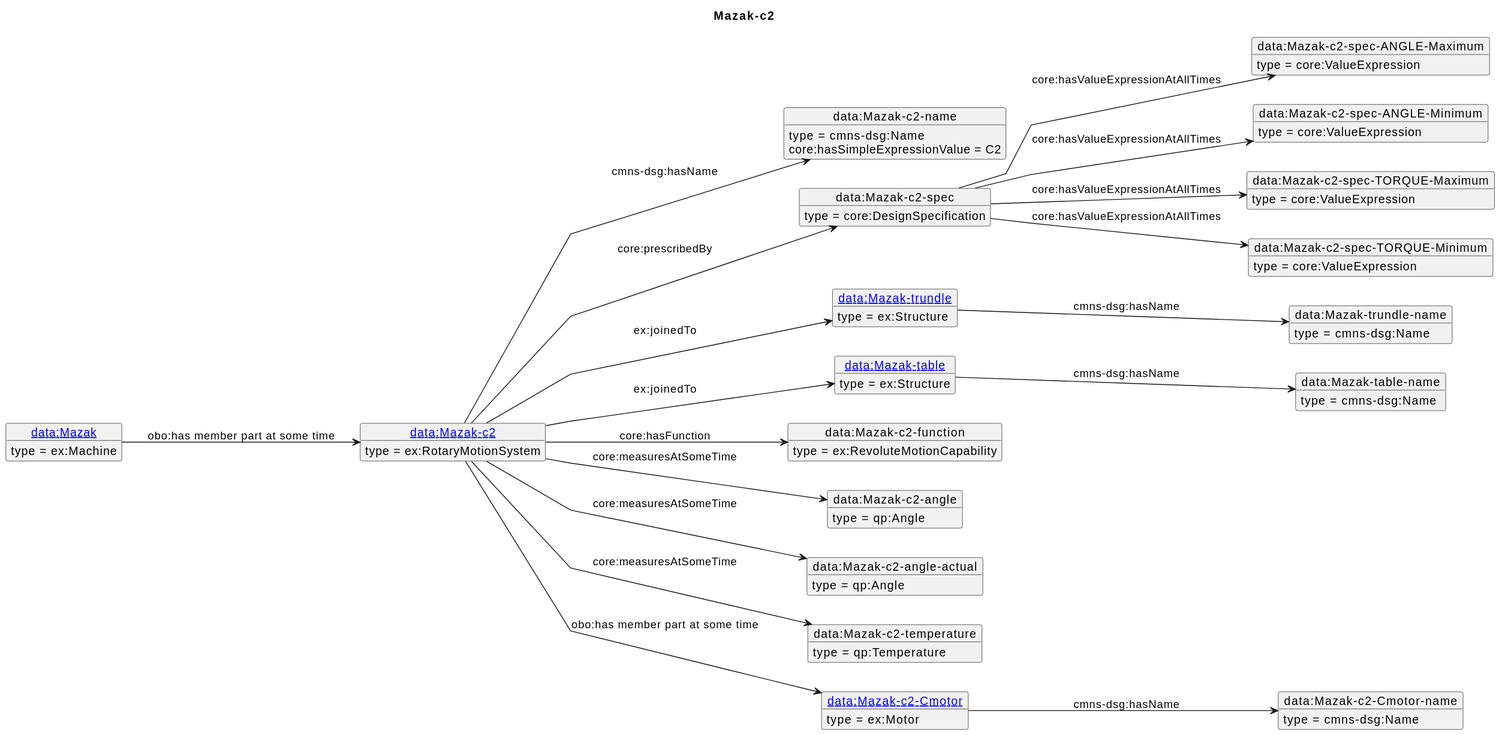
iofoundry/example-syseng-mtconnect keeps this PlantUML diagram as diagrams/Mazak-c2.svg. Above is the earlier version.
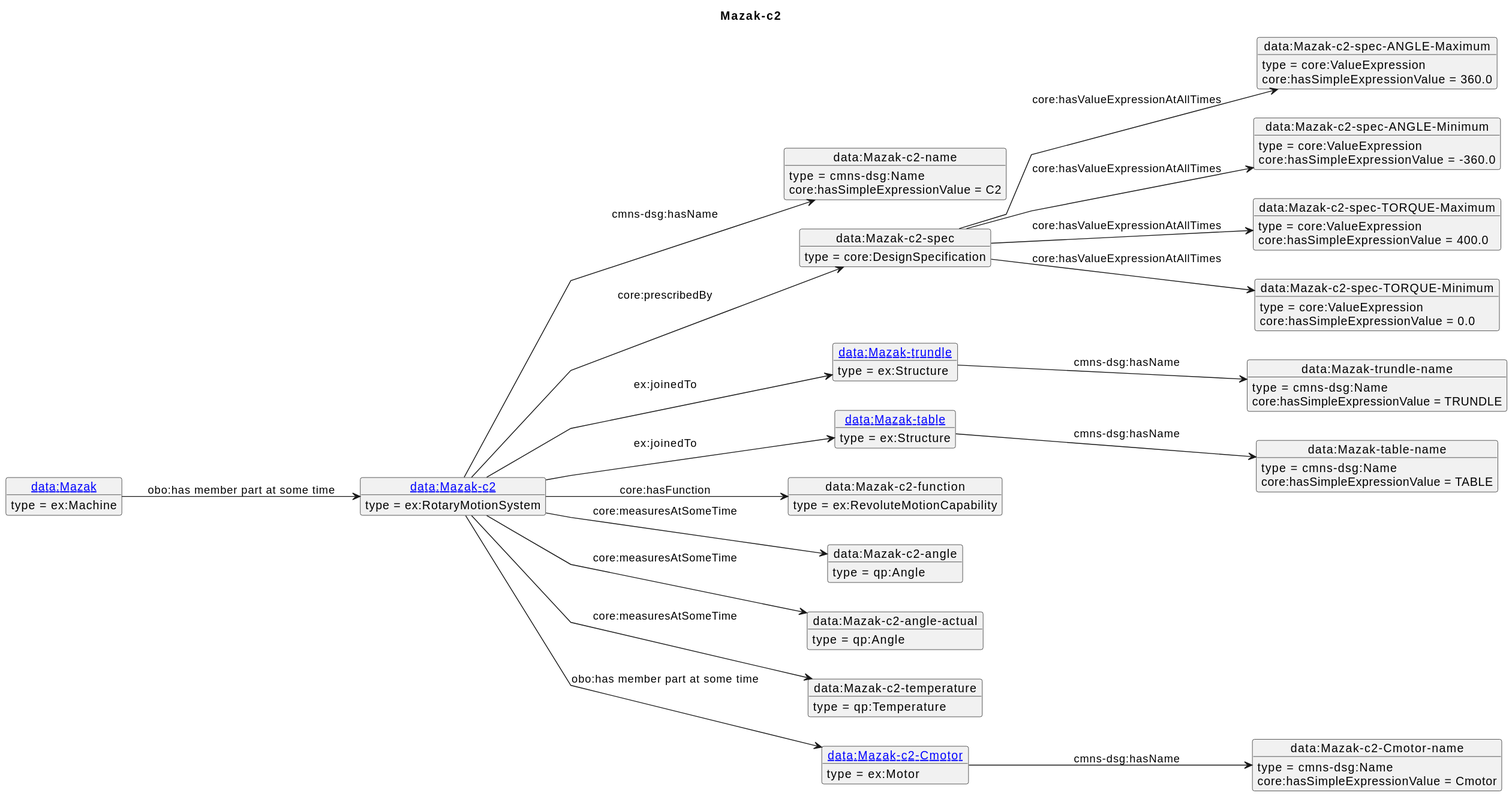
The same file after the commit.

What changed in the source:
```diff
@@ -60,18 +60,25 @@
 o2 : core:hasSimpleExpressionValue = C2
 o1 --> o3 : core:prescribedBy
 o3 --> o4 : core:hasValueExpressionAtAllTimes
+o4 : core:hasSimpleExpressionValue = 360.0
 o3 --> o5 : core:hasValueExpressionAtAllTimes
+o5 : core:hasSimpleExpressionValue = -360.0
 o3 --> o6 : core:hasValueExpressionAtAllTimes
+o6 : core:hasSimpleExpressionValue = 400.0
 o3 --> o7 : core:hasValueExpressionAtAllTimes
+o7 : core:hasSimpleExpressionValue = 0.0
 o1 --> o8 : ex:joinedTo
 o8 --> o9 : cmns-dsg:hasName
+o9 : core:hasSimpleExpressionValue = TRUNDLE
 o1 --> o10 : ex:joinedTo
 o10 --> o11 : cmns-dsg:hasName
+o11 : core:hasSimpleExpressionValue = TABLE
 o1 --> o12 : core:hasFunction
 o1 --> o13 : core:measuresAtSomeTime
 o1 --> o14 : core:measuresAtSomeTime
 o1 --> o15 : core:measuresAtSomeTime
 o1 --> o16 : obo:has member part at some time
 o16 --> o17 : cmns-dsg:hasName
+o17 : core:hasSimpleExpressionValue = Cmotor
 o18 --> o1 : obo:has member part at some time
 @enduml
```
